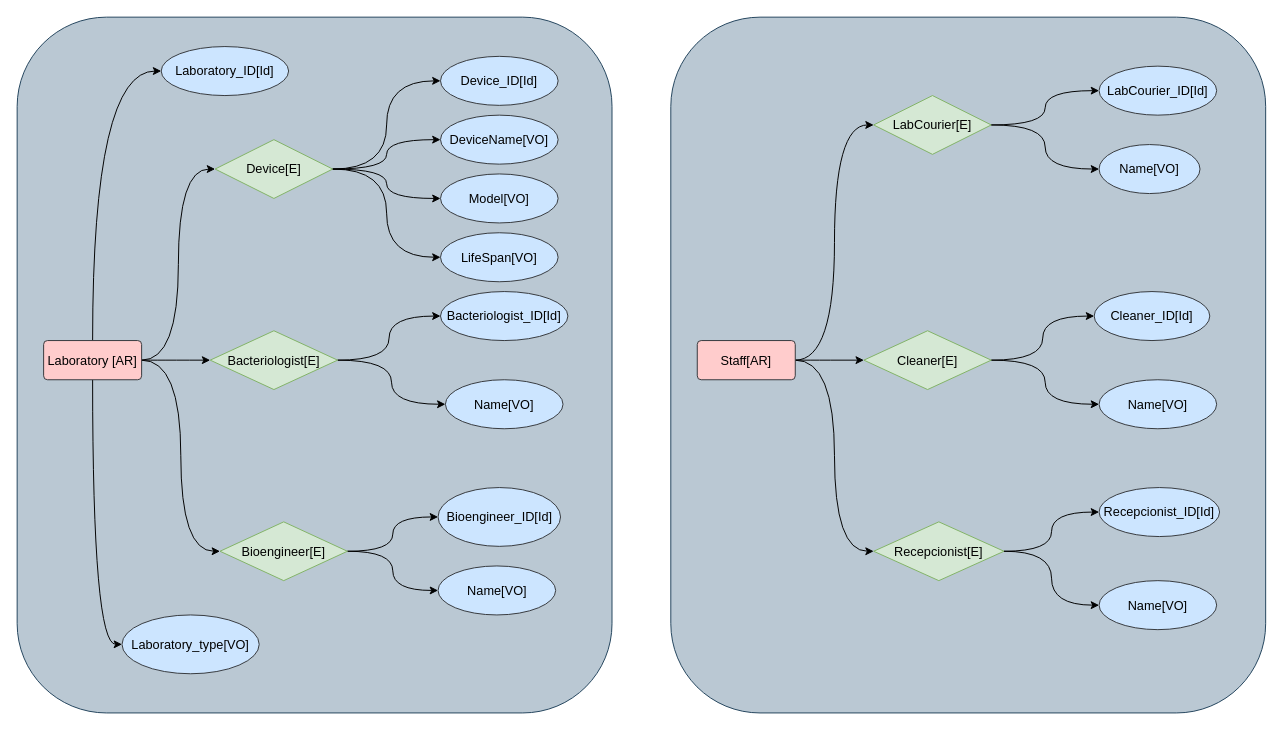
The draw.io diagram page "CoreSubdomain - Clnical Lab" (2 of 3) of src/main/java/MedalloLab.drawio in jpabloallin/medellinLabDDD, before the edit. Source tidied: cells renumbered, new cells numbered last; positions are measured from the earlier drawing's top-left corner, leaving out a move shared by most shapes. Both pictures are drawn from the tidied source at 98%, with x=0, y=0 at pixel (17, 17).
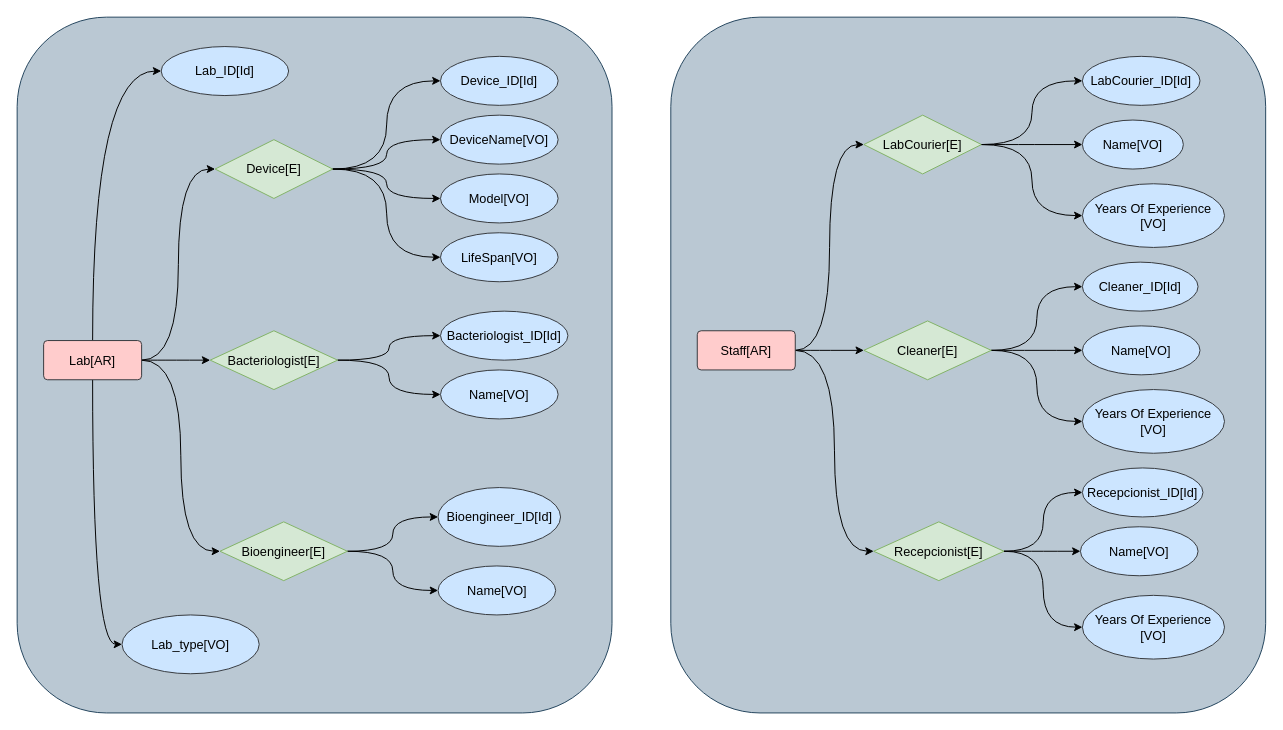
The same page after the edit.

Unchanged cells that the change refers to:
```xml
<mxCell id="45" value="Recepcionist[E]" style="shape=rhombus;perimeter=rhombusPerimeter;whiteSpace=wrap;html=1;align=center;fontSize=13;fillColor=#d5e8d4;strokeColor=#82b366;" parent="1" vertex="1">
  <mxGeometry x="874" y="515" width="133" height="60" as="geometry" />
</mxCell>
```

The edit, as a diff of the source:
```diff
@@
-    <mxCell id="8" value="Laboratory [AR]" style="rounded=1;arcSize=10;whiteSpace=wrap;html=1;align=center;fontSize=13;fillColor=#ffcccc;strokeColor=#36393d;" parent="1" vertex="1">
+    <mxCell id="8" value="Lab[AR]" style="rounded=1;arcSize=10;whiteSpace=wrap;html=1;align=center;fontSize=13;fillColor=#ffcccc;strokeColor=#36393d;" parent="1" vertex="1">
       <mxGeometry x="27" y="330" width="100" height="40" as="geometry" />
     </mxCell>
-    <mxCell id="9" value="Laboratory_ID[Id]" style="ellipse;whiteSpace=wrap;html=1;align=center;fontSize=13;fillColor=#cce5ff;strokeColor=#36393d;" parent="1" vertex="1">
+    <mxCell id="9" value="Lab_ID[Id]" style="ellipse;whiteSpace=wrap;html=1;align=center;fontSize=13;fillColor=#cce5ff;strokeColor=#36393d;" parent="1" vertex="1">
       <mxGeometry x="147" y="30" width="130" height="50" as="geometry" />
     </mxCell>
-    <mxCell id="10" value="Laboratory_type[VO]" style="ellipse;whiteSpace=wrap;html=1;align=center;fontSize=13;fillColor=#cce5ff;strokeColor=#36393d;" parent="1" vertex="1">
+    <mxCell id="10" value="Lab_type[VO]" style="ellipse;whiteSpace=wrap;html=1;align=center;fontSize=13;fillColor=#cce5ff;strokeColor=#36393d;" parent="1" vertex="1">
       <mxGeometry x="107" y="610" width="140" height="60" as="geometry" />
     </mxCell>
@@
     <mxCell id="19" value="Bacteriologist_ID[Id]" style="ellipse;whiteSpace=wrap;html=1;align=center;fontSize=13;fillColor=#cce5ff;strokeColor=#36393d;" parent="1" vertex="1">
-      <mxGeometry x="432" y="280" width="130" height="50" as="geometry" />
+      <mxGeometry x="432" y="300" width="130" height="50" as="geometry" />
     </mxCell>
     <mxCell id="20" value="Name[VO]" style="ellipse;whiteSpace=wrap;html=1;align=center;fontSize=13;fillColor=#cce5ff;strokeColor=#36393d;" parent="1" vertex="1">
-      <mxGeometry x="437" y="370" width="120" height="50" as="geometry" />
+      <mxGeometry x="432" y="360" width="120" height="50" as="geometry" />
     </mxCell>
@@
     <mxCell id="32" value="Staff[AR]" style="rounded=1;arcSize=10;whiteSpace=wrap;html=1;align=center;fontSize=13;fillColor=#ffcccc;strokeColor=#36393d;" parent="1" vertex="1">
-      <mxGeometry x="694" y="330" width="100" height="40" as="geometry" />
+      <mxGeometry x="694" y="320" width="100" height="40" as="geometry" />
     </mxCell>
@@
+    <mxCell id="50" style="edgeStyle=orthogonalEdgeStyle;curved=1;rounded=0;jettySize=auto;html=1;entryX=0;entryY=0.5;entryDx=0;entryDy=0;fontSize=24;startArrow=none;startFill=0;endArrow=classic;endFill=1;" parent="1" edge="1" source="34" target="53">
+      <mxGeometry relative="1" as="geometry" />
+    </mxCell>
     <mxCell id="34" value="LabCourier[E]" style="shape=rhombus;perimeter=rhombusPerimeter;whiteSpace=wrap;html=1;align=center;fontSize=13;fillColor=#d5e8d4;strokeColor=#82b366;" parent="1" vertex="1">
-      <mxGeometry x="874" y="80" width="120" height="60" as="geometry" />
+      <mxGeometry x="864" y="100" width="120" height="60" as="geometry" />
     </mxCell>
@@
+    <mxCell id="51" style="edgeStyle=orthogonalEdgeStyle;curved=1;rounded=0;jettySize=auto;html=1;entryX=0;entryY=0.5;entryDx=0;entryDy=0;fontSize=24;startArrow=none;startFill=0;endArrow=classic;endFill=1;" parent="1" edge="1" source="37" target="55">
+      <mxGeometry relative="1" as="geometry" />
+    </mxCell>
     <mxCell id="37" value="Cleaner[E]" style="shape=rhombus;perimeter=rhombusPerimeter;whiteSpace=wrap;html=1;align=center;fontSize=13;fillColor=#d5e8d4;strokeColor=#82b366;" parent="1" vertex="1">
-      <mxGeometry x="864" y="320" width="130" height="60" as="geometry" />
+      <mxGeometry x="864" y="310" width="130" height="60" as="geometry" />
     </mxCell>
     <mxCell id="38" value="LabCourier_ID[Id]" style="ellipse;whiteSpace=wrap;html=1;align=center;fontSize=13;fillColor=#cce5ff;strokeColor=#36393d;" parent="1" vertex="1">
-      <mxGeometry x="1104" y="50" width="120" height="50" as="geometry" />
+      <mxGeometry x="1087" y="40" width="120" height="50" as="geometry" />
     </mxCell>
     <mxCell id="39" value="Cleaner_ID[Id]" style="ellipse;whiteSpace=wrap;html=1;align=center;fontSize=13;fillColor=#cce5ff;strokeColor=#36393d;" parent="1" vertex="1">
-      <mxGeometry x="1099" y="280" width="118" height="50" as="geometry" />
+      <mxGeometry x="1087" y="250" width="118" height="50" as="geometry" />
     </mxCell>
     <mxCell id="40" value="Name[VO]" style="ellipse;whiteSpace=wrap;html=1;align=center;fontSize=13;fillColor=#cce5ff;strokeColor=#36393d;" parent="1" vertex="1">
-      <mxGeometry x="1104" y="370" width="120" height="50" as="geometry" />
+      <mxGeometry x="1087" y="315" width="120" height="50" as="geometry" />
     </mxCell>
     <mxCell id="41" value="Name[VO]" style="ellipse;whiteSpace=wrap;html=1;align=center;fontSize=13;fillColor=#cce5ff;strokeColor=#36393d;" parent="1" vertex="1">
-      <mxGeometry x="1104" y="130" width="103" height="50" as="geometry" />
+      <mxGeometry x="1087" y="105" width="103" height="50" as="geometry" />
     </mxCell>
@@
+    <mxCell id="52" style="edgeStyle=orthogonalEdgeStyle;curved=1;rounded=0;jettySize=auto;html=1;entryX=0;entryY=0.5;entryDx=0;entryDy=0;fontSize=24;startArrow=none;startFill=0;endArrow=classic;endFill=1;" parent="1" edge="1" source="45" target="54">
+      <mxGeometry relative="1" as="geometry" />
+    </mxCell>
@@
     <mxCell id="46" value="Recepcionist_ID[Id]" style="ellipse;whiteSpace=wrap;html=1;align=center;fontSize=13;fillColor=#cce5ff;strokeColor=#36393d;" parent="1" vertex="1">
-      <mxGeometry x="1104" y="480" width="123" height="50" as="geometry" />
+      <mxGeometry x="1087" y="460" width="123" height="50" as="geometry" />
     </mxCell>
     <mxCell id="47" value="Name[VO]" style="ellipse;whiteSpace=wrap;html=1;align=center;fontSize=13;fillColor=#cce5ff;strokeColor=#36393d;" parent="1" vertex="1">
-      <mxGeometry x="1104" y="575" width="120" height="50" as="geometry" />
+      <mxGeometry x="1085" y="520" width="120" height="50" as="geometry" />
     </mxCell>
@@
+    <mxCell id="53" value="Years Of Experience [VO]" style="ellipse;whiteSpace=wrap;html=1;align=center;fontSize=13;fillColor=#cce5ff;strokeColor=#36393d;" parent="1" vertex="1">
+      <mxGeometry x="1087" y="170" width="145" height="65" as="geometry" />
+    </mxCell>
+    <mxCell id="54" value="Years Of Experience [VO]" style="ellipse;whiteSpace=wrap;html=1;align=center;fontSize=13;fillColor=#cce5ff;strokeColor=#36393d;" parent="1" vertex="1">
+      <mxGeometry x="1087" y="590" width="145" height="65" as="geometry" />
+    </mxCell>
+    <mxCell id="55" value="Years Of Experience [VO]" style="ellipse;whiteSpace=wrap;html=1;align=center;fontSize=13;fillColor=#cce5ff;strokeColor=#36393d;" parent="1" vertex="1">
+      <mxGeometry x="1087" y="380" width="145" height="65" as="geometry" />
+    </mxCell>
```
